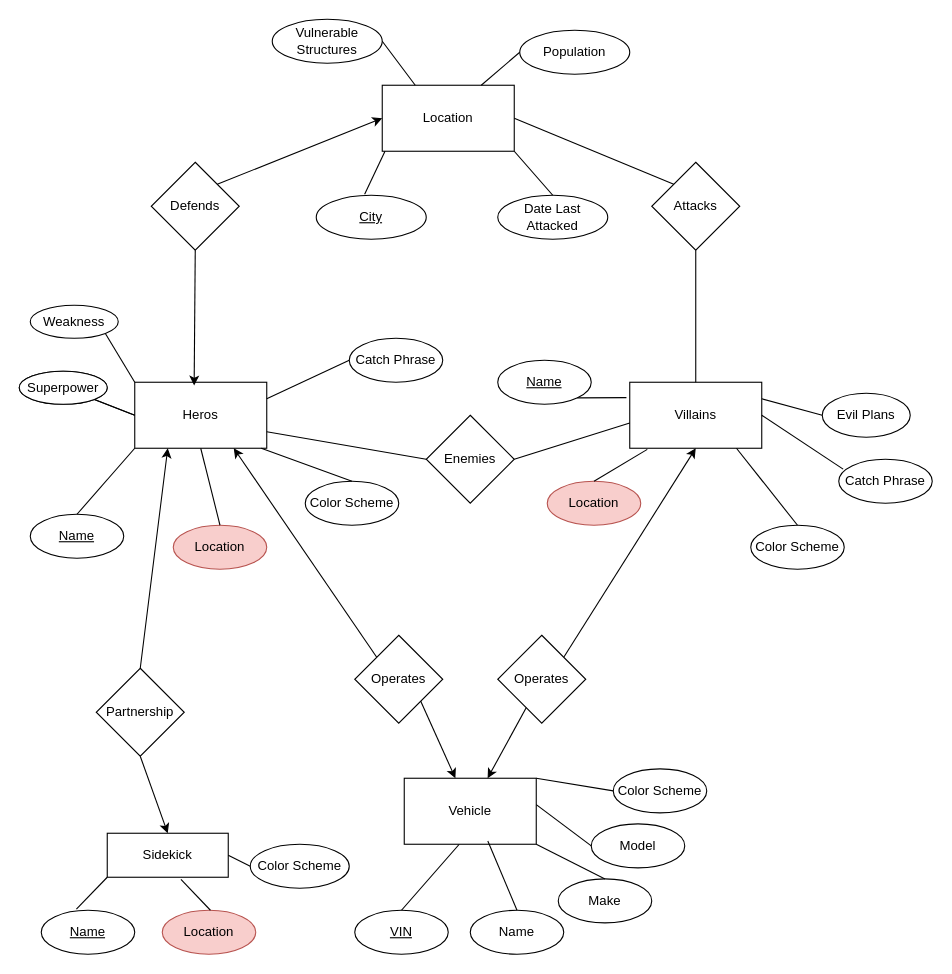
Above: MOE_8.5-2.drawio in camillevleonard/CS_5012_Mod_8_MOE (draw.io), before the change. Source tidied: cells renumbered, new cells numbered last; positions are measured from the earlier drawing's top-left corner, leaving out a move shared by most shapes. Both pictures are drawn from the tidied source at 110%, with x=0, y=0 at pixel (19, 19).
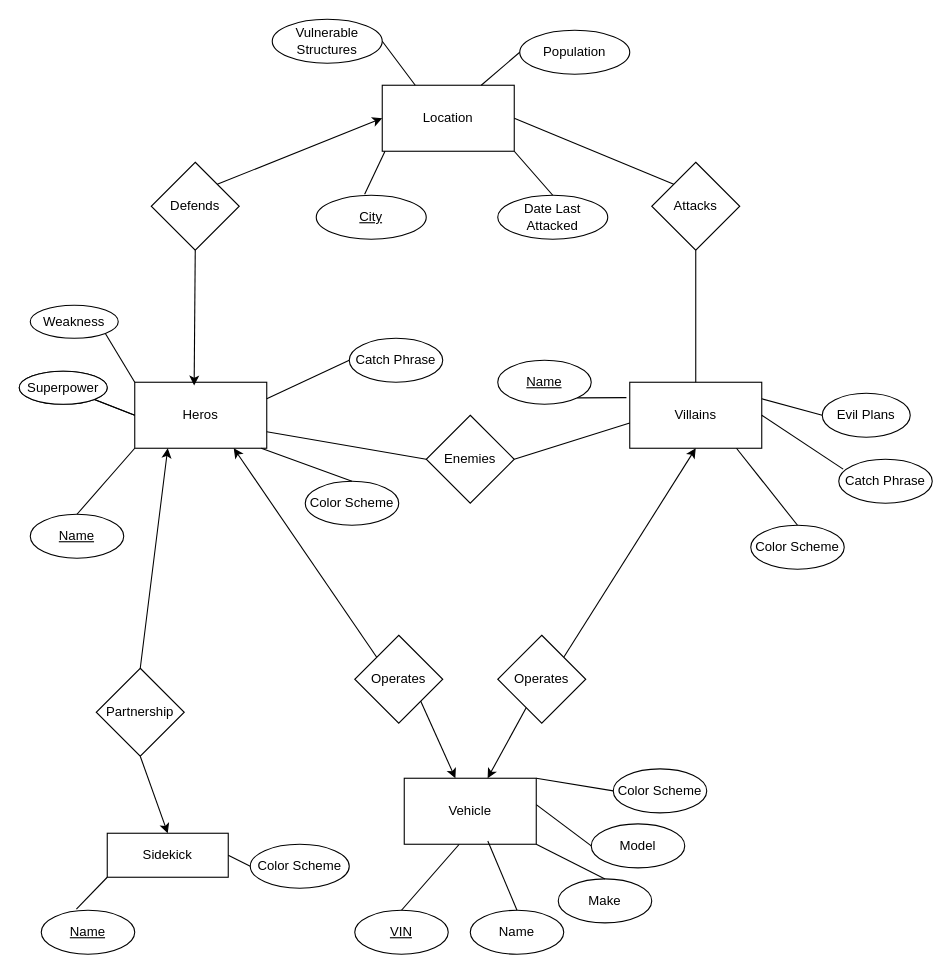
After the change.

The change refers to these unchanged cells:
```xml
<mxCell id="2" value="Heros" style="rounded=0;whiteSpace=wrap;html=1;" parent="1" vertex="1">
  <mxGeometry x="105" y="330" width="120" height="60" as="geometry" />
</mxCell>
<mxCell id="11" value="Villains" style="rounded=0;whiteSpace=wrap;html=1;" parent="1" vertex="1">
  <mxGeometry x="555" y="330" width="120" height="60" as="geometry" />
</mxCell>
<mxCell id="52" value="Sidekick" style="rounded=0;whiteSpace=wrap;html=1;" parent="1" vertex="1">
  <mxGeometry x="80" y="740" width="110" height="40" as="geometry" />
</mxCell>
```

The edit, as a diff of the source:
```diff
@@
-    <mxCell id="4" value="Location" style="ellipse;whiteSpace=wrap;html=1;fillColor=#f8cecc;strokeColor=#b85450;" parent="1" vertex="1">
-      <mxGeometry x="140" y="460" width="85" height="40" as="geometry" />
-    </mxCell>
@@
-    <mxCell id="8" style="endArrow=none;html=1;entryX=0.5;entryY=1;entryDx=0;entryDy=0;exitX=0.5;exitY=0;exitDx=0;exitDy=0;" parent="1" edge="1" source="4" target="2">
-      <mxGeometry relative="1" as="geometry" />
-    </mxCell>
@@
-    <mxCell id="13" value="Location" style="ellipse;whiteSpace=wrap;html=1;fillColor=#f8cecc;strokeColor=#b85450;" parent="1" vertex="1">
-      <mxGeometry x="480" y="420" width="85" height="40" as="geometry" />
-    </mxCell>
@@
-    <mxCell id="17" style="endArrow=none;html=1;exitX=0.5;exitY=0;exitDx=0;exitDy=0;entryX=0.133;entryY=1.017;entryDx=0;entryDy=0;entryPerimeter=0;" parent="1" edge="1" source="13" target="11">
-      <mxGeometry relative="1" as="geometry" />
-    </mxCell>
@@
-    <mxCell id="54" value="Location" style="ellipse;whiteSpace=wrap;html=1;fillColor=#f8cecc;strokeColor=#b85450;" parent="1" vertex="1">
-      <mxGeometry x="130" y="810" width="85" height="40" as="geometry" />
-    </mxCell>
-    <mxCell id="55" style="endArrow=none;html=1;entryX=0.609;entryY=1.05;entryDx=0;entryDy=0;exitX=0.5;exitY=0;exitDx=0;exitDy=0;entryPerimeter=0;" parent="1" edge="1" target="52">
-      <mxGeometry relative="1" as="geometry">
-        <mxPoint x="173.8" y="810" as="sourcePoint" />
-      </mxGeometry>
-    </mxCell>
```
